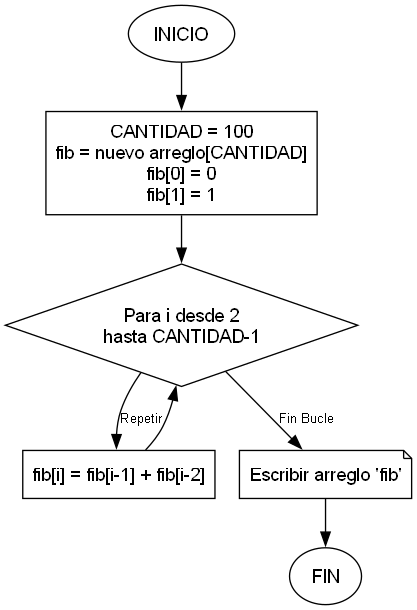
Above: Ejercicios/PS_4_6/Diagrama/PS_4_6.png in Carlosm09899/JavaTeoria (Graphviz), before the change. Its source is kept beside it as Ejercicios/PS_4_6/Diagrama/PS_4_6.dot. Source of this version:
```dot
digraph PS_4_6 {
    graph [bgcolor="transparent"];
    node [shape=rect, fontname="Arial", margin="0.1,0.1"];
    edge [fontname="Arial", fontsize=10];

    INICIO [shape=ellipse, label="INICIO"];
    INICIALIZAR [label="CANTIDAD = 100\nfib = nuevo arreglo[CANTIDAD]\nfib[0] = 0\nfib[1] = 1"];
    BUCLE_FOR [shape=diamond, label="Para i desde 2\nhasta CANTIDAD-1"];
    CALCULAR_FIB [label="fib[i] = fib[i-1] + fib[i-2]"];
    IMPRIMIR [shape=note, label="Escribir arreglo 'fib'"];
    FIN [shape=ellipse, label="FIN"];

    INICIO -> INICIALIZAR;
    INICIALIZAR -> BUCLE_FOR;
    BUCLE_FOR -> CALCULAR_FIB [label="Repetir"];
    CALCULAR_FIB -> BUCLE_FOR;
    BUCLE_FOR -> IMPRIMIR [label="Fin Bucle"];
    IMPRIMIR -> FIN;
}
```
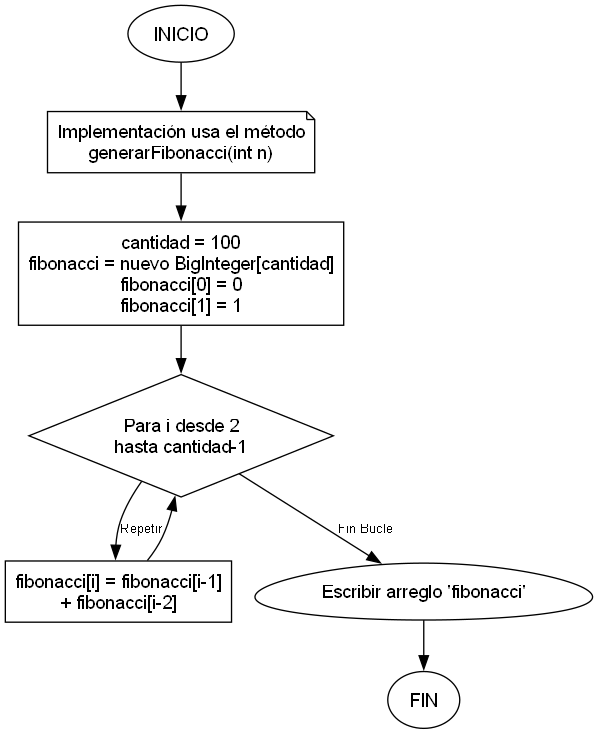
The same file after the commit.

What changed in the source:
```diff
@@ -4,13 +4,15 @@
     edge [fontname="Arial", fontsize=10];
 
     INICIO [shape=ellipse, label="INICIO"];
-    INICIALIZAR [label="CANTIDAD = 100\nfib = nuevo arreglo[CANTIDAD]\nfib[0] = 0\nfib[1] = 1"];
-    BUCLE_FOR [shape=diamond, label="Para i desde 2\nhasta CANTIDAD-1"];
-    CALCULAR_FIB [label="fib[i] = fib[i-1] + fib[i-2]"];
-    IMPRIMIR [shape=note, label="Escribir arreglo 'fib'"];
+    NOTA [shape=note, label="Implementación usa el método\ngenerarFibonacci(int n)"];
+    INICIALIZAR [label="cantidad = 100\nfibonacci = nuevo BigInteger[cantidad]\nfibonacci[0] = 0\nfibonacci[1] = 1"];
+    BUCLE_FOR [shape=diamond, label="Para i desde 2\nhasta cantidad-1"];
+    CALCULAR_FIB [label="fibonacci[i] = fibonacci[i-1]\n+ fibonacci[i-2]"];
+    IMPRIMIR [shape=egg, label="Escribir arreglo 'fibonacci'"];
     FIN [shape=ellipse, label="FIN"];
 
-    INICIO -> INICIALIZAR;
+    INICIO -> NOTA;
+    NOTA -> INICIALIZAR;
     INICIALIZAR -> BUCLE_FOR;
     BUCLE_FOR -> CALCULAR_FIB [label="Repetir"];
     CALCULAR_FIB -> BUCLE_FOR;
```
